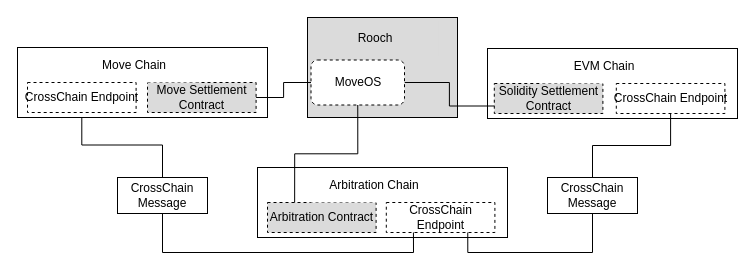
Above: page "multi-chain-settlement" (5 of 11) of static/diagram/rooch.drawio in rooch-network/rooch-network.github.io (draw.io), before the change. Source tidied: cells renumbered, new cells numbered last; positions are measured from the earlier drawing's top-left corner, leaving out a move shared by most shapes. Both pictures are drawn from the tidied source at 100%, with x=0, y=0 at pixel (17, 17).
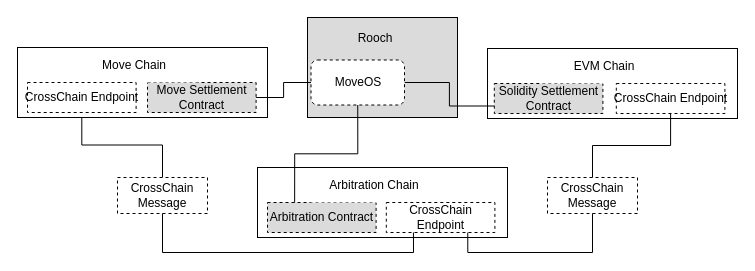
Above is the later version.

The edit, as a diff of the source:
```diff
@@
-    <mxCell id="4" value="CrossChain&lt;br&gt;Message" style="rounded=0;whiteSpace=wrap;html=1;" parent="1" vertex="1">
+    <mxCell id="4" value="CrossChain&lt;br&gt;Message" style="rounded=0;whiteSpace=wrap;html=1;dashed=1;" parent="1" vertex="1">
       <mxGeometry x="100" y="160" width="90" height="36" as="geometry" />
     </mxCell>
@@
-    <mxCell id="10" value="CrossChain&lt;br&gt;Message" style="rounded=0;whiteSpace=wrap;html=1;" parent="1" vertex="1">
+    <mxCell id="10" value="CrossChain&lt;br&gt;Message" style="rounded=0;whiteSpace=wrap;html=1;dashed=1;" parent="1" vertex="1">
       <mxGeometry x="530" y="160" width="90" height="36" as="geometry" />
     </mxCell>
```
